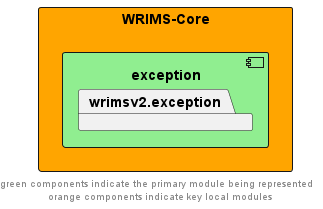
CentralValleyModeling/wrims keeps this PlantUML diagram as docs/diagrams/wrims-core/wrims-core_exception.png. Above is the earlier version.
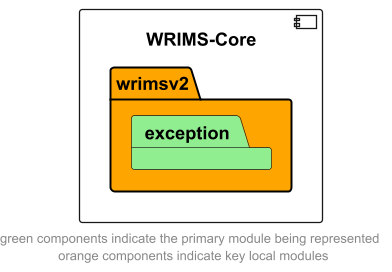
After the commit.

Change to the diagram source:
```diff
@@ -2,11 +2,9 @@
 left to right direction
 skinparam linetype ortho
 
-rectangle wrims_core as "WRIMS-Core" #orange {
-    package exception {
-        component exception #lightgreen {
-            package wrimsv2.exception
-        }
+component wrims_core as "WRIMS-Core" {
+    package wrimsv2 #orange {
+        package exception #lightgreen
     }
 }
 
```
